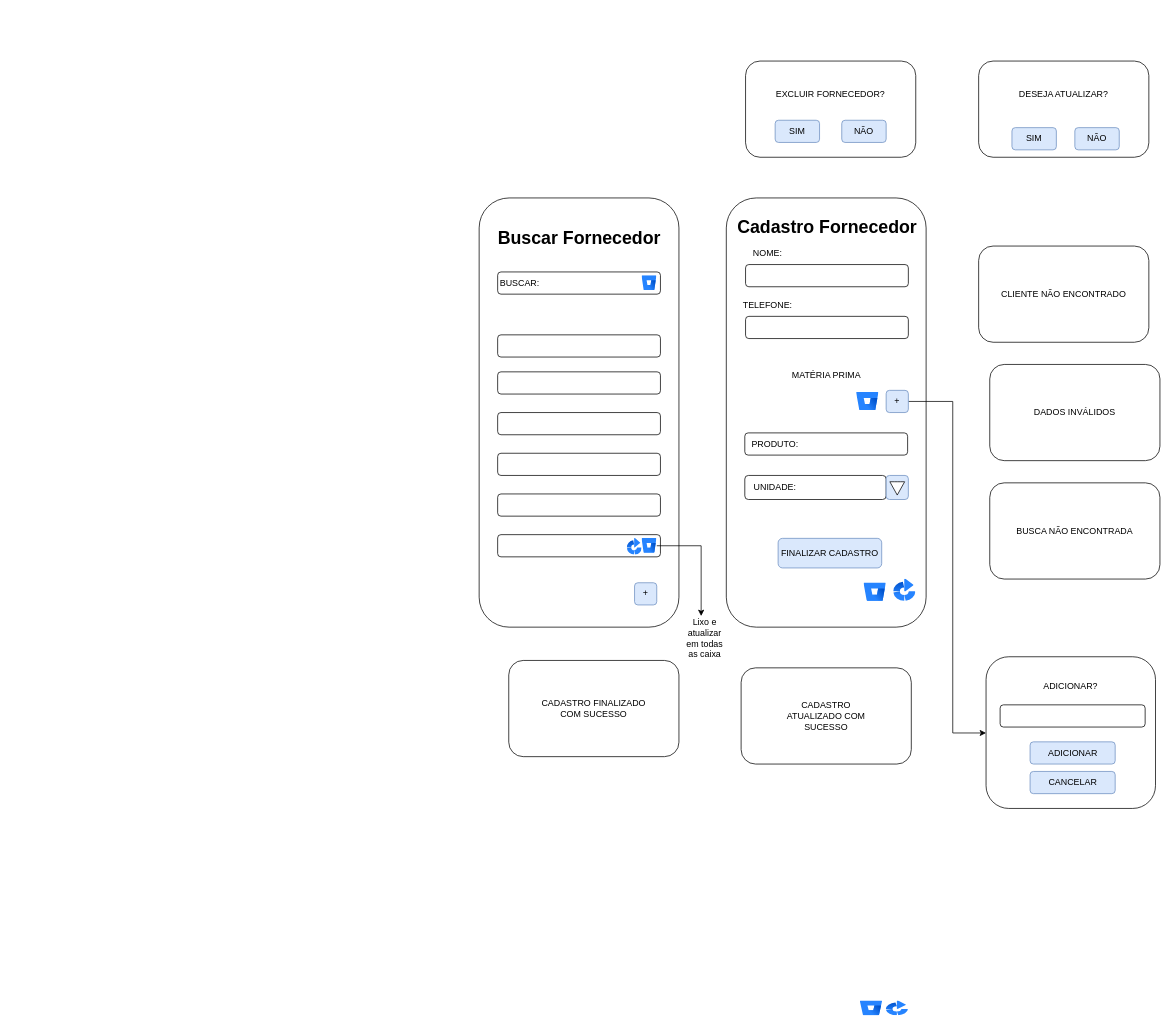
This is page "Página-3" (3 of 10) of DOC/tela.drawio from juliareis14/avatar.app, a draw.io file, before an edit. Source tidied: cells renumbered, new cells numbered last; positions are measured from the earlier drawing's top-left corner, leaving out a move shared by most shapes. Both pictures are drawn from the tidied source at 74%, with x=0, y=0 at pixel (479, 61).
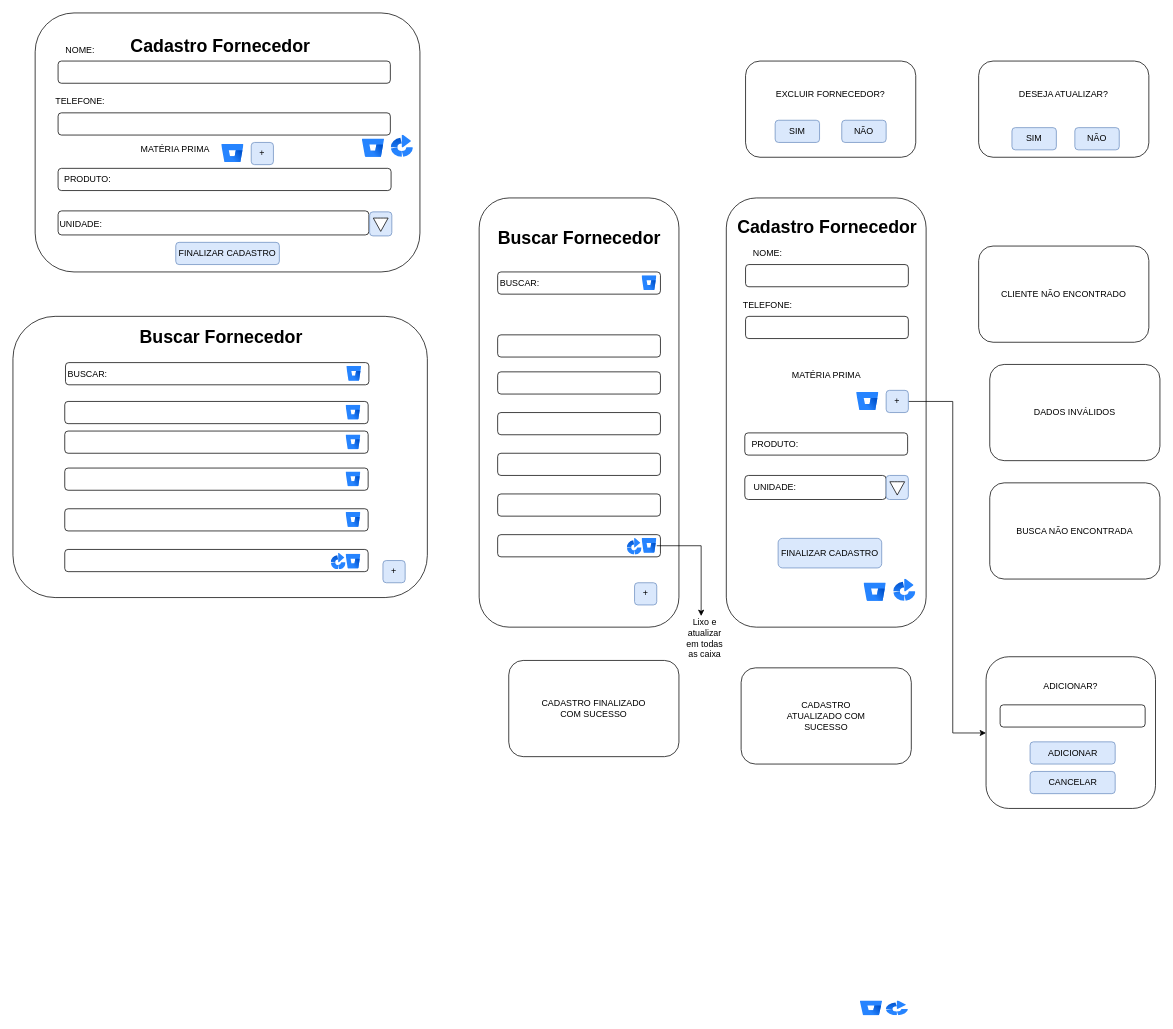
Above is the later version.

Change to the diagram source:
```diff
@@
+    <mxCell id="59" style="rounded=1;whiteSpace=wrap;html=1;" parent="1" vertex="1">
+      <mxGeometry x="-630" y="345" width="560" height="380" as="geometry" />
+    </mxCell>
+    <mxCell id="60" value="Buscar Fornecedor" style="text;strokeColor=none;fillColor=none;html=1;fontSize=24;fontStyle=1;verticalAlign=middle;align=center;" parent="1" vertex="1">
+      <mxGeometry x="-399" y="352.5" width="100" height="40" as="geometry" />
+    </mxCell>
+    <mxCell id="61" style="rounded=1;whiteSpace=wrap;html=1;" parent="1" vertex="1">
+      <mxGeometry x="-559" y="407.5" width="410" height="30" as="geometry" />
+    </mxCell>
+    <mxCell id="62" value="BUSCAR:" style="text;html=1;align=center;verticalAlign=middle;whiteSpace=wrap;rounded=0;" parent="1" vertex="1">
+      <mxGeometry x="-559" y="407.5" width="60" height="30" as="geometry" />
+    </mxCell>
+    <mxCell id="63" style="image;html=1;image=img/lib/atlassian/Bitbucket_Logo.svg;" parent="1" vertex="1">
+      <mxGeometry x="-179" y="412.5" width="20" height="20" as="geometry" />
+    </mxCell>
+    <mxCell id="64" style="rounded=1;whiteSpace=wrap;html=1;" parent="1" vertex="1">
+      <mxGeometry x="-560" y="500" width="410" height="30" as="geometry" />
+    </mxCell>
+    <mxCell id="65" style="rounded=1;whiteSpace=wrap;html=1;" parent="1" vertex="1">
+      <mxGeometry x="-560" y="550" width="410" height="30" as="geometry" />
+    </mxCell>
+    <mxCell id="66" style="rounded=1;whiteSpace=wrap;html=1;" parent="1" vertex="1">
+      <mxGeometry x="-560" y="605" width="410" height="30" as="geometry" />
+    </mxCell>
+    <mxCell id="67" style="rounded=1;whiteSpace=wrap;html=1;" parent="1" vertex="1">
+      <mxGeometry x="-560" y="660" width="410" height="30" as="geometry" />
+    </mxCell>
+    <mxCell id="68" style="rounded=1;whiteSpace=wrap;html=1;" parent="1" vertex="1">
+      <mxGeometry x="-560" y="460" width="410" height="30" as="geometry" />
+    </mxCell>
+    <mxCell id="69" style="image;html=1;image=img/lib/atlassian/Bitbucket_Logo.svg;" parent="1" vertex="1">
+      <mxGeometry x="-180" y="505" width="20" height="20" as="geometry" />
+    </mxCell>
+    <mxCell id="70" style="image;html=1;image=img/lib/atlassian/Bitbucket_Logo.svg;" parent="1" vertex="1">
+      <mxGeometry x="-180" y="555" width="20" height="20" as="geometry" />
+    </mxCell>
+    <mxCell id="71" style="image;html=1;image=img/lib/atlassian/Bitbucket_Logo.svg;" parent="1" vertex="1">
+      <mxGeometry x="-180" y="610" width="20" height="20" as="geometry" />
+    </mxCell>
+    <mxCell id="72" style="image;html=1;image=img/lib/atlassian/Bitbucket_Logo.svg;" parent="1" vertex="1">
+      <mxGeometry x="-180" y="666.2" width="20" height="20" as="geometry" />
+    </mxCell>
+    <mxCell id="73" style="image;html=1;image=img/lib/atlassian/Bitbucket_Logo.svg;" parent="1" vertex="1">
+      <mxGeometry x="-180" y="465" width="20" height="20" as="geometry" />
+    </mxCell>
+    <mxCell id="74" style="image;html=1;image=img/lib/atlassian/Bamboo_Logo.svg;direction=east;" parent="1" vertex="1">
+      <mxGeometry x="-200" y="665" width="20" height="22.5" as="geometry" />
+    </mxCell>
+    <mxCell id="75" value="+" style="rounded=1;whiteSpace=wrap;html=1;direction=south;fillColor=#dae8fc;strokeColor=#6c8ebf;" parent="1" vertex="1">
+      <mxGeometry x="-130" y="675" width="30" height="30" as="geometry" />
+    </mxCell>
+    <mxCell id="76" style="rounded=1;whiteSpace=wrap;html=1;" parent="1" vertex="1">
+      <mxGeometry x="-600" y="-65" width="520" height="350" as="geometry" />
+    </mxCell>
+    <mxCell id="77" value="Cadastro Fornecedor" style="text;strokeColor=none;fillColor=none;html=1;fontSize=24;fontStyle=1;verticalAlign=middle;align=center;" parent="1" vertex="1">
+      <mxGeometry x="-400" y="-40" width="100" height="40" as="geometry" />
+    </mxCell>
+    <mxCell id="78" style="rounded=1;whiteSpace=wrap;html=1;" parent="1" vertex="1">
+      <mxGeometry x="-569" width="449" height="30" as="geometry" />
+    </mxCell>
+    <mxCell id="79" style="rounded=1;whiteSpace=wrap;html=1;" parent="1" vertex="1">
+      <mxGeometry x="-569" y="70" width="449" height="30" as="geometry" />
+    </mxCell>
+    <mxCell id="80" value="NOME:" style="text;html=1;align=center;verticalAlign=middle;whiteSpace=wrap;rounded=0;" parent="1" vertex="1">
+      <mxGeometry x="-569" y="-30" width="60" height="30" as="geometry" />
+    </mxCell>
+    <mxCell id="81" value="TELEFONE:" style="text;html=1;align=center;verticalAlign=middle;whiteSpace=wrap;rounded=0;" parent="1" vertex="1">
+      <mxGeometry x="-569" y="40" width="60" height="30" as="geometry" />
+    </mxCell>
+    <mxCell id="82" value="FINALIZAR CADASTRO" style="rounded=1;whiteSpace=wrap;html=1;fillColor=#dae8fc;strokeColor=#6c8ebf;" parent="1" vertex="1">
+      <mxGeometry x="-410" y="245" width="140" height="30" as="geometry" />
+    </mxCell>
+    <mxCell id="83" style="image;html=1;image=img/lib/atlassian/Bitbucket_Logo.svg;" parent="1" vertex="1">
+      <mxGeometry x="-158" y="105" width="30" height="25" as="geometry" />
+    </mxCell>
+    <mxCell id="84" style="image;html=1;image=img/lib/atlassian/Bamboo_Logo.svg;direction=east;" parent="1" vertex="1">
+      <mxGeometry x="-119" y="100" width="30" height="30" as="geometry" />
+    </mxCell>
+    <mxCell id="85" style="rounded=1;whiteSpace=wrap;html=1;" parent="1" vertex="1">
+      <mxGeometry x="-569" y="202.5" width="420" height="32.5" as="geometry" />
+    </mxCell>
+    <mxCell id="86" value="MATÉRIA PRIMA" style="text;html=1;align=center;verticalAlign=middle;whiteSpace=wrap;rounded=0;" parent="1" vertex="1">
+      <mxGeometry x="-498" y="80" width="175" height="80" as="geometry" />
+    </mxCell>
+    <mxCell id="87" style="rounded=1;whiteSpace=wrap;html=1;" parent="1" vertex="1">
+      <mxGeometry x="-569" y="145" width="450" height="30" as="geometry" />
+    </mxCell>
+    <mxCell id="88" value="PRODUTO:" style="text;html=1;align=center;verticalAlign=middle;whiteSpace=wrap;rounded=0;" parent="1" vertex="1">
+      <mxGeometry x="-559" y="145" width="60" height="30" as="geometry" />
+    </mxCell>
+    <mxCell id="89" value="UNIDADE:" style="text;html=1;align=center;verticalAlign=middle;whiteSpace=wrap;rounded=0;" parent="1" vertex="1">
+      <mxGeometry x="-568" y="206.2" width="60" height="30" as="geometry" />
+    </mxCell>
+    <mxCell id="90" value="+" style="rounded=1;whiteSpace=wrap;html=1;direction=south;fillColor=#dae8fc;strokeColor=#6c8ebf;" parent="1" vertex="1">
+      <mxGeometry x="-308" y="110" width="30" height="30" as="geometry" />
+    </mxCell>
+    <mxCell id="91" style="image;html=1;image=img/lib/atlassian/Bitbucket_Logo.svg;" parent="1" vertex="1">
+      <mxGeometry x="-348" y="112.5" width="30" height="25" as="geometry" />
+    </mxCell>
+    <mxCell id="92" style="rounded=1;whiteSpace=wrap;html=1;fillColor=#dae8fc;strokeColor=#6c8ebf;" parent="1" vertex="1">
+      <mxGeometry x="-148" y="203.8" width="30" height="32.5" as="geometry" />
+    </mxCell>
+    <mxCell id="93" style="html=1;shadow=0;dashed=0;align=center;verticalAlign=middle;shape=mxgraph.arrows2.arrow;dy=0.6;dx=40;direction=south;notch=0;" parent="1" vertex="1">
+      <mxGeometry x="-143" y="212.2" width="20" height="18" as="geometry" />
+    </mxCell>
```
